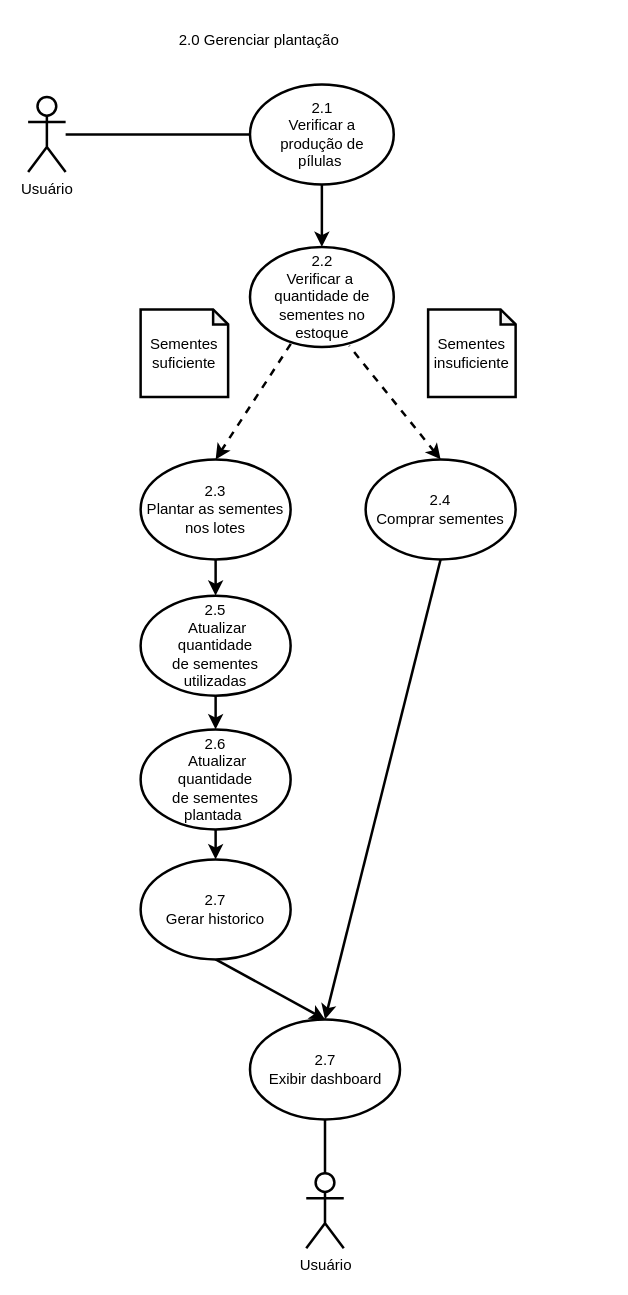
The draw.io diagram page "2.0" (2 of 6) of Tarefa1.drawio in ZardsMK/Trabahlo-DrawIO, before the edit. Source tidied: cells renumbered, new cells numbered last; positions are measured from the earlier drawing's top-left corner, leaving out a move shared by most shapes. Both pictures are drawn from the tidied source at 125%, with x=0, y=0 at pixel (28, 21).
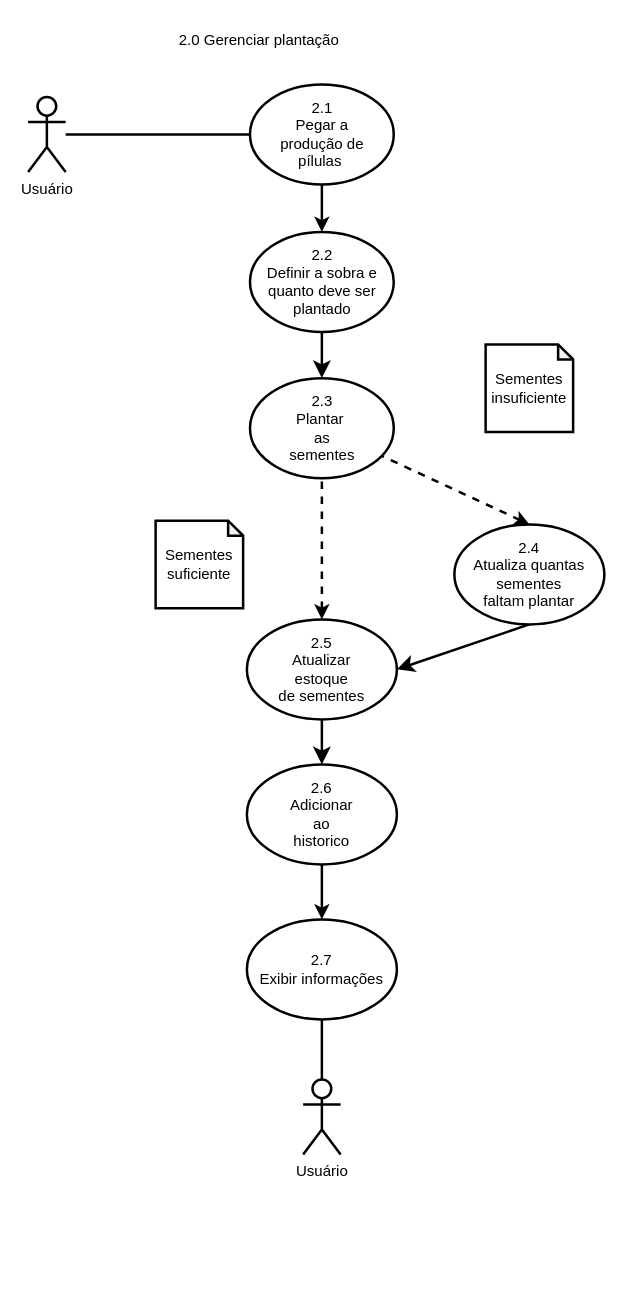
After the change.

Diff of the diagram source:
```diff
@@
-    <mxCell id="5" value="&lt;div&gt;2.1&lt;/div&gt;Verificar a&lt;div&gt;produção de&lt;/div&gt;&lt;div&gt;pílulas&amp;nbsp;&lt;/div&gt;" style="ellipse;whiteSpace=wrap;html=1;strokeWidth=2;" parent="1" vertex="1">
+    <mxCell id="5" value="&lt;div&gt;2.1&lt;/div&gt;Pegar a&lt;div&gt;produção de&lt;/div&gt;&lt;div&gt;pílulas&amp;nbsp;&lt;/div&gt;" style="ellipse;whiteSpace=wrap;html=1;strokeWidth=2;align=center;" parent="1" vertex="1">
       <mxGeometry x="177.5" y="50" width="115" height="80" as="geometry" />
     </mxCell>
+    <mxCell id="26" style="edgeStyle=none;curved=1;rounded=0;jettySize=auto;html=1;fontSize=12;startSize=8;endSize=8;strokeWidth=2;" parent="1" edge="1" source="6" target="25">
+      <mxGeometry relative="1" as="geometry" />
+    </mxCell>
-    <mxCell id="6" value="&lt;div&gt;2.3&lt;/div&gt;Plantar as&amp;nbsp;&lt;span style=&quot;background-color: transparent; color: light-dark(rgb(0, 0, 0), rgb(255, 255, 255));&quot;&gt;sementes&lt;/span&gt;&lt;div&gt;nos lotes&lt;/div&gt;" style="ellipse;whiteSpace=wrap;html=1;strokeWidth=2;" parent="1" vertex="1">
-      <mxGeometry x="90" y="350" width="120" height="80" as="geometry" />
+    <mxCell id="6" value="&lt;div&gt;2.5&lt;/div&gt;&lt;div&gt;A&lt;span style=&quot;background-color: transparent; color: light-dark(rgb(0, 0, 0), rgb(255, 255, 255));&quot;&gt;tualizar&lt;/span&gt;&lt;/div&gt;&lt;div&gt;estoque&lt;/div&gt;&lt;div&gt;de sementes&lt;/div&gt;" style="ellipse;whiteSpace=wrap;html=1;strokeWidth=2;" parent="1" vertex="1">
+      <mxGeometry x="175" y="478" width="120" height="80" as="geometry" />
     </mxCell>
@@
     <mxCell id="8" value="Usuário" style="shape=umlActor;verticalLabelPosition=bottom;verticalAlign=top;html=1;outlineConnect=0;strokeWidth=2;" parent="1" vertex="1">
-      <mxGeometry x="222.5" y="921" width="30" height="60" as="geometry" />
+      <mxGeometry x="220" y="846" width="30" height="60" as="geometry" />
     </mxCell>
+    <mxCell id="27" style="edgeStyle=none;curved=1;rounded=0;jettySize=auto;html=1;entryX=1;entryY=0.5;entryDx=0;entryDy=0;fontSize=12;startSize=8;endSize=8;exitX=0.5;exitY=1;exitDx=0;exitDy=0;strokeWidth=2;" parent="1" edge="1" source="9" target="6">
+      <mxGeometry relative="1" as="geometry" />
+    </mxCell>
-    <mxCell id="9" value="&lt;div&gt;2.4&lt;/div&gt;Comprar sementes" style="ellipse;whiteSpace=wrap;html=1;strokeWidth=2;" parent="1" vertex="1">
-      <mxGeometry x="270" y="350" width="120" height="80" as="geometry" />
+    <mxCell id="9" value="2.4&lt;div&gt;Atualiza&amp;nbsp;&lt;span style=&quot;background-color: transparent; color: light-dark(rgb(0, 0, 0), rgb(255, 255, 255));&quot;&gt;quantas&lt;/span&gt;&lt;/div&gt;&lt;div&gt;sementes&lt;/div&gt;&lt;div&gt;faltam plantar&lt;/div&gt;" style="ellipse;whiteSpace=wrap;html=1;strokeWidth=2;align=center;" parent="1" vertex="1">
+      <mxGeometry x="341" y="402" width="120" height="80" as="geometry" />
     </mxCell>
-    <mxCell id="10" style="endArrow=none;dashed=1;html=1;rounded=0;exitX=0.5;exitY=0;exitDx=0;exitDy=0;entryX=0.293;entryY=0.95;entryDx=0;entryDy=0;entryPerimeter=0;endFill=1;startFill=1;startArrow=classic;strokeWidth=2;" parent="1" edge="1" source="6" target="12">
+    <mxCell id="10" style="endArrow=none;dashed=1;html=1;rounded=0;exitX=0.5;exitY=0;exitDx=0;exitDy=0;endFill=1;startFill=1;startArrow=classic;strokeWidth=2;" parent="1" edge="1" source="6" target="29">
       <mxGeometry relative="1" as="geometry" />
     </mxCell>
-    <mxCell id="11" style="endArrow=none;dashed=1;html=1;rounded=0;entryX=0.69;entryY=0.99;entryDx=0;entryDy=0;entryPerimeter=0;exitX=0.5;exitY=0;exitDx=0;exitDy=0;startArrow=classic;startFill=1;strokeWidth=2;" parent="1" edge="1" source="9" target="12">
+    <mxCell id="11" style="endArrow=none;dashed=1;html=1;rounded=0;exitX=0.5;exitY=0;exitDx=0;exitDy=0;startArrow=classic;startFill=1;strokeWidth=2;" parent="1" edge="1" source="9" target="29">
       <mxGeometry relative="1" as="geometry" />
     </mxCell>
+    <mxCell id="28" style="edgeStyle=none;curved=1;rounded=0;jettySize=auto;html=1;fontSize=12;startSize=8;endSize=8;strokeWidth=2;" parent="1" edge="1" source="12" target="29">
+      <mxGeometry relative="1" as="geometry" />
+    </mxCell>
-    <mxCell id="12" value="&lt;div&gt;2.2&lt;/div&gt;Verificar a&amp;nbsp;&lt;div&gt;&lt;span style=&quot;background-color: transparent; color: light-dark(rgb(0, 0, 0), rgb(255, 255, 255));&quot;&gt;quantidade de&lt;/span&gt;&lt;/div&gt;&lt;div&gt;&lt;span style=&quot;background-color: transparent; color: light-dark(rgb(0, 0, 0), rgb(255, 255, 255));&quot;&gt;sementes no&lt;/span&gt;&lt;/div&gt;&lt;div&gt;&lt;span style=&quot;background-color: transparent; color: light-dark(rgb(0, 0, 0), rgb(255, 255, 255));&quot;&gt;estoque&lt;/span&gt;&lt;/div&gt;" style="ellipse;whiteSpace=wrap;html=1;strokeWidth=2;" parent="1" vertex="1">
-      <mxGeometry x="177.5" y="180" width="115" height="80" as="geometry" />
+    <mxCell id="12" value="&lt;div&gt;2.2&lt;/div&gt;Definir a sobra e quanto deve ser plantado" style="ellipse;whiteSpace=wrap;html=1;strokeWidth=2;align=center;" parent="1" vertex="1">
+      <mxGeometry x="177.5" y="168" width="115" height="80" as="geometry" />
     </mxCell>
     <mxCell id="13" value="Sementes&lt;div&gt;&lt;div&gt;suficiente&lt;/div&gt;&lt;/div&gt;" style="shape=note;whiteSpace=wrap;html=1;backgroundOutline=1;darkOpacity=0.05;size=12;strokeWidth=2;" parent="1" vertex="1">
-      <mxGeometry x="90" y="230" width="70" height="70" as="geometry" />
+      <mxGeometry x="102" y="399" width="70" height="70" as="geometry" />
     </mxCell>
     <mxCell id="14" value="Sementes&lt;div&gt;&lt;div&gt;&lt;div&gt;insuficiente&lt;/div&gt;&lt;/div&gt;&lt;/div&gt;" style="shape=note;whiteSpace=wrap;html=1;backgroundOutline=1;darkOpacity=0.05;size=12;strokeWidth=2;" parent="1" vertex="1">
-      <mxGeometry x="320" y="230" width="70" height="70" as="geometry" />
+      <mxGeometry x="366" y="258" width="70" height="70" as="geometry" />
     </mxCell>
-    <mxCell id="15" value="&lt;div&gt;&lt;span style=&quot;background-color: transparent; color: light-dark(rgb(0, 0, 0), rgb(255, 255, 255));&quot;&gt;2.7&lt;/span&gt;&lt;/div&gt;Exibir&amp;nbsp;dashboard" style="ellipse;whiteSpace=wrap;html=1;strokeWidth=2;" parent="1" vertex="1">
-      <mxGeometry x="177.5" y="798" width="120" height="80" as="geometry" />
+    <mxCell id="15" value="&lt;div&gt;&lt;span style=&quot;background-color: transparent; color: light-dark(rgb(0, 0, 0), rgb(255, 255, 255));&quot;&gt;2.7&lt;/span&gt;&lt;/div&gt;Exibir informações" style="ellipse;whiteSpace=wrap;html=1;strokeWidth=2;" parent="1" vertex="1">
+      <mxGeometry x="175" y="718" width="120" height="80" as="geometry" />
     </mxCell>
-    <mxCell id="16" style="endArrow=none;html=1;rounded=0;entryX=0.5;entryY=1;entryDx=0;entryDy=0;exitX=0.5;exitY=0;exitDx=0;exitDy=0;startArrow=classic;startFill=1;strokeWidth=2;" parent="1" edge="1" source="19" target="6">
-      <mxGeometry relative="1" as="geometry" />
-    </mxCell>
-    <mxCell id="17" style="endArrow=none;html=1;rounded=0;exitX=0.5;exitY=0;exitDx=0;exitDy=0;startArrow=classic;startFill=1;entryX=0.5;entryY=1;entryDx=0;entryDy=0;strokeWidth=2;" parent="1" edge="1" source="15" target="9">
-      <mxGeometry relative="1" as="geometry" />
-    </mxCell>
@@
-    <mxCell id="19" value="&lt;div&gt;2.5&lt;/div&gt;&lt;div&gt;&amp;nbsp;A&lt;span style=&quot;background-color: transparent; color: light-dark(rgb(0, 0, 0), rgb(255, 255, 255));&quot;&gt;tualizar&lt;/span&gt;&lt;/div&gt;&lt;div&gt;quantidade&lt;/div&gt;&lt;div&gt;de sementes&lt;/div&gt;&lt;div&gt;utilizadas&lt;/div&gt;" style="ellipse;whiteSpace=wrap;html=1;strokeWidth=2;" parent="1" vertex="1">
-      <mxGeometry x="90" y="459" width="120" height="80" as="geometry" />
-    </mxCell>
-    <mxCell id="20" style="endArrow=none;html=1;rounded=0;entryX=0.5;entryY=1;entryDx=0;entryDy=0;exitX=0.5;exitY=0;exitDx=0;exitDy=0;startArrow=classic;startFill=1;strokeWidth=2;" parent="1" edge="1" source="22" target="19">
-      <mxGeometry relative="1" as="geometry" />
-    </mxCell>
-    <mxCell id="21" style="edgeStyle=orthogonalEdgeStyle;rounded=0;jettySize=auto;html=1;exitX=0.5;exitY=1;exitDx=0;exitDy=0;strokeWidth=2;" parent="1" edge="1" source="22" target="25">
-      <mxGeometry relative="1" as="geometry" />
-    </mxCell>
-    <mxCell id="22" value="&lt;div&gt;2.6&lt;/div&gt;&lt;div&gt;&amp;nbsp;A&lt;span style=&quot;background-color: transparent; color: light-dark(rgb(0, 0, 0), rgb(255, 255, 255));&quot;&gt;tualizar&lt;/span&gt;&lt;/div&gt;&lt;div&gt;quantidade&lt;/div&gt;&lt;div&gt;de sementes&lt;/div&gt;&lt;div&gt;plantada&amp;nbsp;&lt;/div&gt;" style="ellipse;whiteSpace=wrap;html=1;strokeWidth=2;" parent="1" vertex="1">
-      <mxGeometry x="90" y="566" width="120" height="80" as="geometry" />
-    </mxCell>
     <mxCell id="23" style="edgeStyle=orthogonalEdgeStyle;rounded=0;orthogonalLoop=1;jettySize=auto;html=1;exitX=0.5;exitY=1;exitDx=0;exitDy=0;strokeWidth=2;" parent="1" edge="1">
       <mxGeometry relative="1" as="geometry">
-        <mxPoint x="150" y="819" as="sourcePoint" />
-        <mxPoint x="150" y="819" as="targetPoint" />
+        <mxPoint x="149" y="838" as="sourcePoint" />
+        <mxPoint x="149" y="838" as="targetPoint" />
       </mxGeometry>
     </mxCell>
@@
-    <mxCell id="25" value="2.7&lt;div&gt;Gerar historico&lt;/div&gt;" style="ellipse;whiteSpace=wrap;html=1;strokeWidth=2;" parent="1" vertex="1">
-      <mxGeometry x="90" y="670" width="120" height="80" as="geometry" />
+    <mxCell id="25" value="2.6&lt;div&gt;Adicionar&lt;/div&gt;&lt;div&gt;ao&lt;/div&gt;&lt;div&gt;historico&lt;/div&gt;" style="ellipse;whiteSpace=wrap;html=1;strokeWidth=2;" parent="1" vertex="1">
+      <mxGeometry x="175" y="594" width="120" height="80" as="geometry" />
     </mxCell>
+    <mxCell id="29" value="&lt;div&gt;2.3&lt;/div&gt;Plantar&amp;nbsp;&lt;div&gt;as&lt;/div&gt;&lt;div&gt;sementes&lt;/div&gt;" style="ellipse;whiteSpace=wrap;html=1;strokeWidth=2;align=center;" parent="1" vertex="1">
+      <mxGeometry x="177.5" y="285" width="115" height="80" as="geometry" />
+    </mxCell>
```
